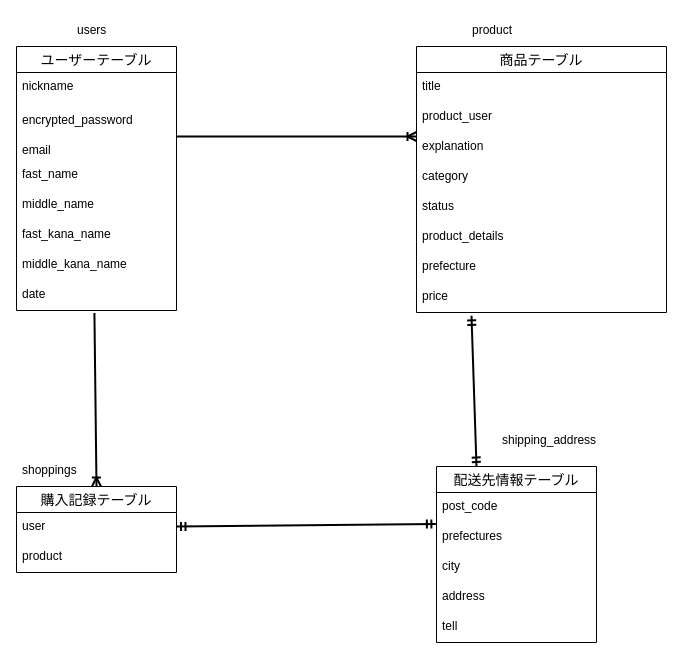
Earlier version of the draw.io diagram .dio (hibiki24o/furima-38475). Source tidied: cells renumbered, new cells numbered last; positions are measured from the earlier drawing's top-left corner, leaving out a move shared by most shapes. Both pictures are drawn from the tidied source at 100%, with x=0, y=0 at pixel (16, 16).
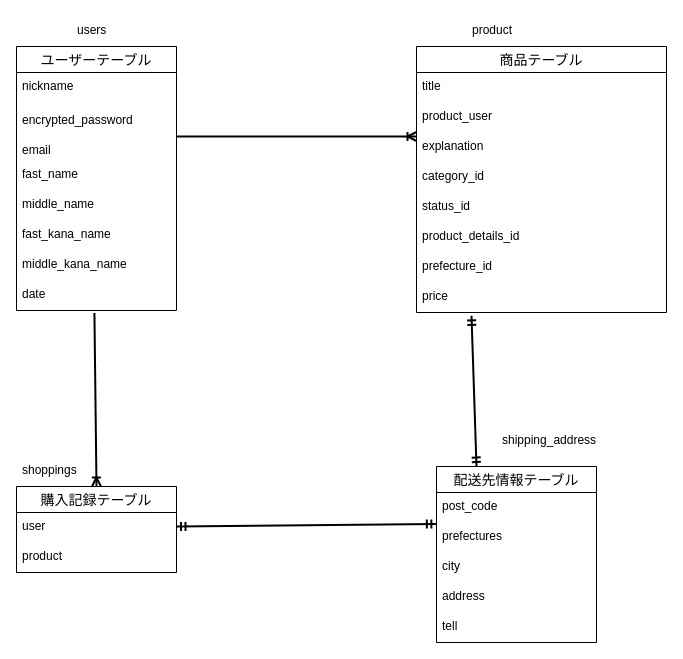
After the change.

The change refers to these unchanged cells:
```xml
<mxCell id="11" value="商品テーブル" style="swimlane;fontStyle=0;horizontal=1;startSize=26;align=center;fontSize=14;" parent="1" vertex="1">
  <mxGeometry x="400" y="30" width="250" height="266" as="geometry" />
</mxCell>
```

Change to the diagram source:
```diff
@@
-    <mxCell id="15" value="category" style="text;strokeColor=none;fillColor=none;spacingLeft=4;spacingRight=4;overflow=hidden;fontSize=12;" parent="11" vertex="1">
+    <mxCell id="15" value="category_id" style="text;strokeColor=none;fillColor=none;spacingLeft=4;spacingRight=4;overflow=hidden;fontSize=12;" parent="11" vertex="1">
       <mxGeometry y="116" width="250" height="30" as="geometry" />
     </mxCell>
-    <mxCell id="16" value="status" style="text;strokeColor=none;fillColor=none;spacingLeft=4;spacingRight=4;overflow=hidden;fontSize=12;" parent="11" vertex="1">
+    <mxCell id="16" value="status_id" style="text;strokeColor=none;fillColor=none;spacingLeft=4;spacingRight=4;overflow=hidden;fontSize=12;" parent="11" vertex="1">
       <mxGeometry y="146" width="250" height="30" as="geometry" />
     </mxCell>
-    <mxCell id="17" value="product_details" style="text;strokeColor=none;fillColor=none;spacingLeft=4;spacingRight=4;overflow=hidden;fontSize=12;" parent="11" vertex="1">
+    <mxCell id="17" value="product_details_id" style="text;strokeColor=none;fillColor=none;spacingLeft=4;spacingRight=4;overflow=hidden;fontSize=12;" parent="11" vertex="1">
       <mxGeometry y="176" width="250" height="30" as="geometry" />
     </mxCell>
-    <mxCell id="18" value="prefecture" style="text;strokeColor=none;fillColor=none;spacingLeft=4;spacingRight=4;overflow=hidden;fontSize=12;" parent="11" vertex="1">
+    <mxCell id="18" value="prefecture_id" style="text;strokeColor=none;fillColor=none;spacingLeft=4;spacingRight=4;overflow=hidden;fontSize=12;" parent="11" vertex="1">
       <mxGeometry y="206" width="250" height="30" as="geometry" />
     </mxCell>
```
